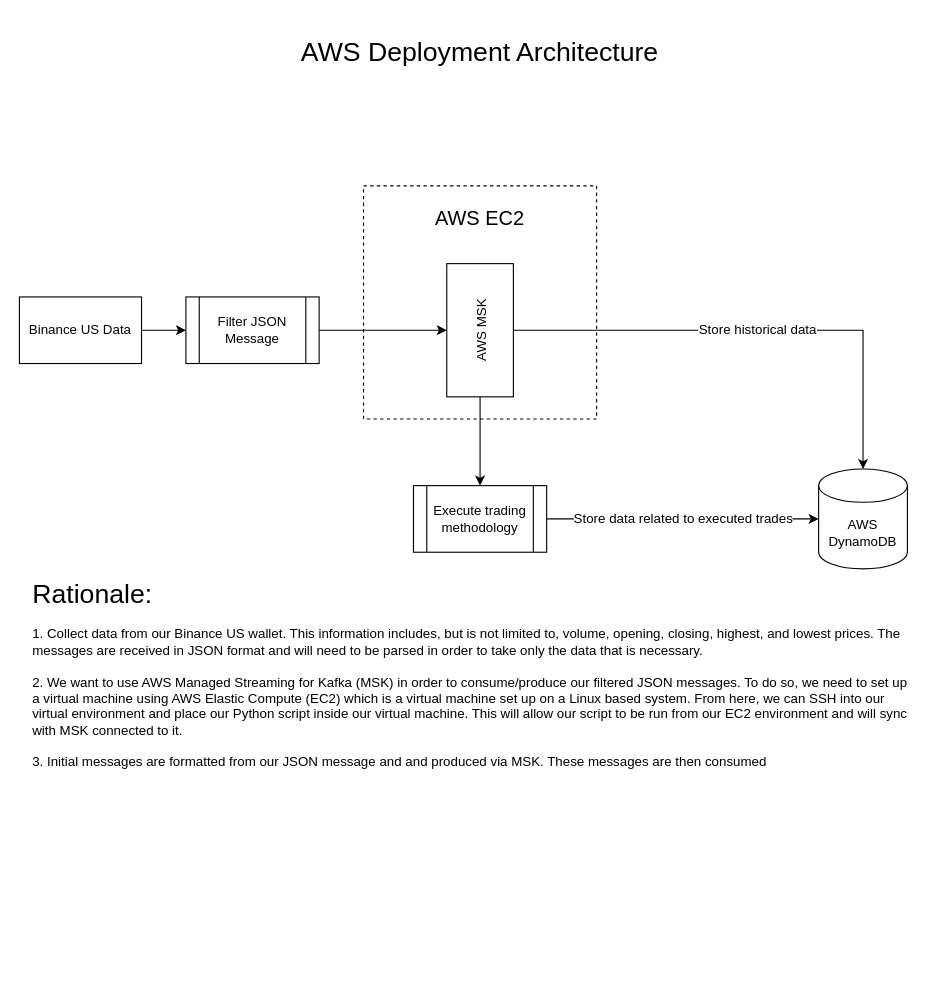
Earlier version of the draw.io diagram Capstone/Deployment/Untitled Diagram.drawio (RichardChuang5/Projects). Source tidied: cells renumbered, new cells numbered last; positions are measured from the earlier drawing's top-left corner, leaving out a move shared by most shapes. Both pictures are drawn from the tidied source at 111%, with x=0, y=0 at pixel (19, 19).
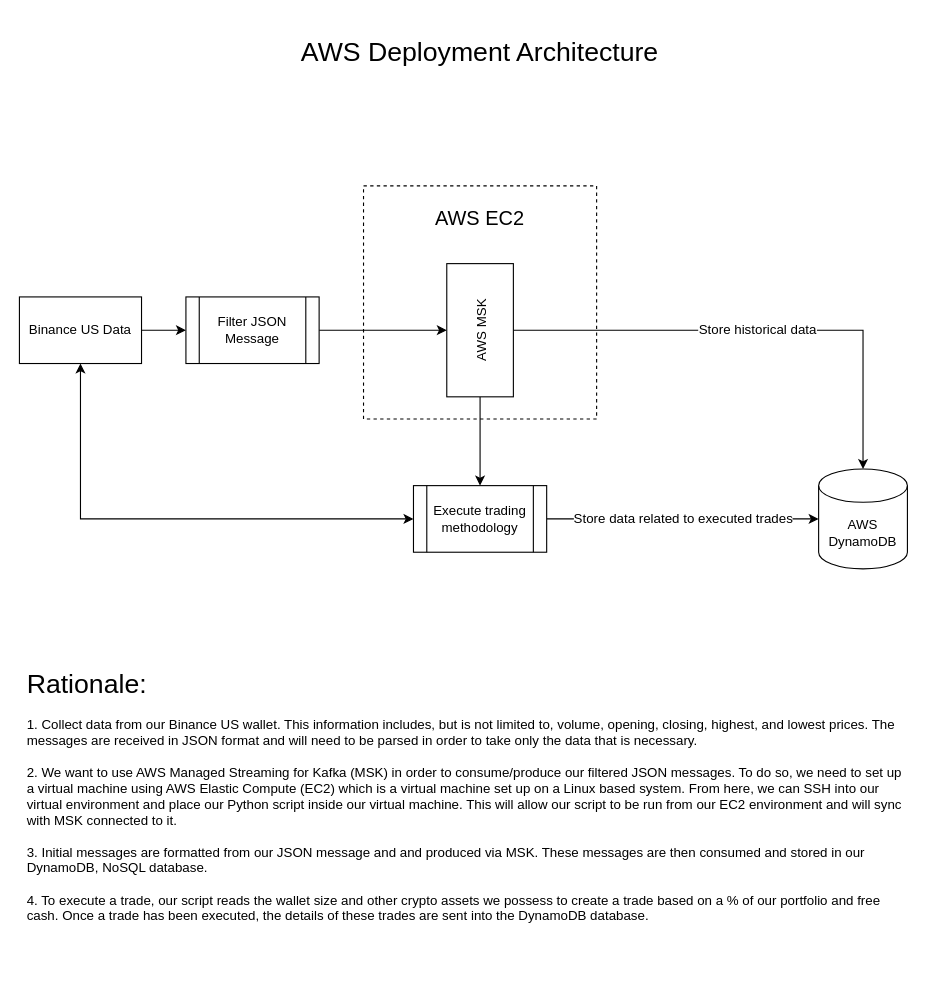
After the change.

Diff of the diagram source:
```diff
@@
 <mxGraphModel>
   <root>
     <mxCell id="0" />
     <mxCell id="1" parent="0" />
     <mxCell id="2" style="edgeStyle=orthogonalEdgeStyle;rounded=0;jettySize=auto;html=1;entryX=0;entryY=0.5;entryDx=0;entryDy=0;" parent="1" edge="1" source="3" target="5">
       <mxGeometry relative="1" as="geometry" />
     </mxCell>
     <mxCell id="3" value="Binance US Data" style="rounded=0;whiteSpace=wrap;html=1;" parent="1" vertex="1">
       <mxGeometry y="250" width="110" height="60" as="geometry" />
     </mxCell>
     <mxCell id="4" style="edgeStyle=orthogonalEdgeStyle;rounded=0;jettySize=auto;html=1;exitX=1;exitY=0.5;exitDx=0;exitDy=0;entryX=0.5;entryY=0;entryDx=0;entryDy=0;fontSize=12;" parent="1" edge="1" source="5" target="9">
       <mxGeometry relative="1" as="geometry" />
     </mxCell>
     <mxCell id="5" value="Filter JSON Message" style="shape=process;whiteSpace=wrap;html=1;backgroundOutline=1;" parent="1" vertex="1">
       <mxGeometry x="150" y="250" width="120" height="60" as="geometry" />
     </mxCell>
     <mxCell id="6" value="&lt;font style=&quot;font-size: 18px ; line-height: 1.2&quot;&gt;AWS EC2&lt;/font&gt;" style="whiteSpace=wrap;html=1;dashed=1;fillColor=none;imageVerticalAlign=top;spacingBottom=150;" parent="1" vertex="1">
       <mxGeometry x="310" y="150" width="210" height="210" as="geometry" />
     </mxCell>
     <mxCell id="7" style="edgeStyle=orthogonalEdgeStyle;rounded=0;jettySize=auto;html=1;exitX=0;exitY=0.5;exitDx=0;exitDy=0;fontSize=12;" parent="1" edge="1" source="9" target="11">
       <mxGeometry relative="1" as="geometry" />
     </mxCell>
     <mxCell id="8" value="Store historical data" style="edgeStyle=orthogonalEdgeStyle;rounded=0;jettySize=auto;html=1;exitX=0.5;exitY=1;exitDx=0;exitDy=0;entryX=0.5;entryY=0;entryDx=0;entryDy=0;entryPerimeter=0;fontSize=12;" parent="1" edge="1" source="9" target="12">
       <mxGeometry relative="1" as="geometry" />
     </mxCell>
     <mxCell id="9" value="&lt;font style=&quot;font-size: 12px&quot;&gt;AWS MSK&lt;/font&gt;" style="rounded=0;whiteSpace=wrap;html=1;fontSize=18;fillColor=default;rotation=-90;" parent="1" vertex="1">
       <mxGeometry x="355" y="250" width="120" height="60" as="geometry" />
     </mxCell>
     <mxCell id="10" value="Store data related to executed trades" style="edgeStyle=orthogonalEdgeStyle;rounded=0;jettySize=auto;exitX=1;exitY=0.5;exitDx=0;exitDy=0;fontSize=12;html=1;" parent="1" edge="1" source="11" target="12">
       <mxGeometry relative="1" as="geometry" />
     </mxCell>
     <mxCell id="11" value="Execute trading methodology" style="shape=process;whiteSpace=wrap;html=1;backgroundOutline=1;fontSize=12;fillColor=default;" parent="1" vertex="1">
       <mxGeometry x="355" y="420" width="120" height="60" as="geometry" />
     </mxCell>
     <mxCell id="12" value="AWS DynamoDB" style="shape=cylinder3;whiteSpace=wrap;html=1;boundedLbl=1;backgroundOutline=1;size=15;fontSize=12;fillColor=default;" parent="1" vertex="1">
       <mxGeometry x="720" y="405" width="80" height="90" as="geometry" />
     </mxCell>
     <mxCell id="13" value="AWS Deployment Architecture" style="rounded=0;whiteSpace=wrap;html=1;fontSize=24;fillColor=none;strokeColor=none;" parent="1" vertex="1">
       <mxGeometry x="210" width="410" height="60" as="geometry" />
     </mxCell>
-    <mxCell id="14" value="&lt;div align=&quot;left&quot;&gt;Rationale:&lt;/div&gt;&lt;div style=&quot;font-size: 12px&quot; align=&quot;left&quot;&gt;&lt;br&gt;&lt;/div&gt;&lt;div style=&quot;font-size: 12px&quot; align=&quot;left&quot;&gt;1. Collect data from our Binance US wallet. This information includes, but is not limited to, volume, opening, closing, highest, and lowest prices. The messages are received in JSON format and will need to be parsed in order to take only the data that is necessary.&lt;/div&gt;&lt;div style=&quot;font-size: 12px&quot; align=&quot;left&quot;&gt;&lt;br&gt;&lt;/div&gt;&lt;div style=&quot;font-size: 12px&quot; align=&quot;left&quot;&gt;2. We want to use AWS Managed Streaming for Kafka (MSK) in order to consume/produce our filtered JSON messages. To do so, we need to set up a virtual machine using AWS Elastic Compute (EC2) which is a virtual machine set up on a Linux based system. From here, we can SSH into our virtual environment and place our Python script inside our virtual machine. This will allow our script to be run from our EC2 environment and will sync with MSK connected to it. &lt;br&gt;&lt;/div&gt;&lt;div style=&quot;font-size: 12px&quot; align=&quot;left&quot;&gt;&lt;br&gt;&lt;/div&gt;&lt;div style=&quot;font-size: 12px&quot; align=&quot;left&quot;&gt;3. Initial messages are formatted from our JSON message and and produced via MSK. These messages are then consumed &lt;br&gt;&lt;/div&gt;" style="rounded=0;whiteSpace=wrap;html=1;fontSize=24;fillColor=none;strokeColor=none;align=left;spacingBottom=100;" parent="1" vertex="1">
-      <mxGeometry x="10" y="530" width="800" height="220" as="geometry" />
+    <mxCell id="14" value="&lt;div align=&quot;left&quot;&gt;Rationale:&lt;/div&gt;&lt;div style=&quot;font-size: 12px&quot; align=&quot;left&quot;&gt;&lt;br&gt;&lt;/div&gt;&lt;div style=&quot;font-size: 12px&quot; align=&quot;left&quot;&gt;1. Collect data from our Binance US wallet. This information includes, but is not limited to, volume, opening, closing, highest, and lowest prices. The messages are received in JSON format and will need to be parsed in order to take only the data that is necessary.&lt;/div&gt;&lt;div style=&quot;font-size: 12px&quot; align=&quot;left&quot;&gt;&lt;br&gt;&lt;/div&gt;&lt;div style=&quot;font-size: 12px&quot; align=&quot;left&quot;&gt;2. We want to use AWS Managed Streaming for Kafka (MSK) in order to consume/produce our filtered JSON messages. To do so, we need to set up a virtual machine using AWS Elastic Compute (EC2) which is a virtual machine set up on a Linux based system. From here, we can SSH into our virtual environment and place our Python script inside our virtual machine. This will allow our script to be run from our EC2 environment and will sync with MSK connected to it. &lt;br&gt;&lt;/div&gt;&lt;div style=&quot;font-size: 12px&quot; align=&quot;left&quot;&gt;&lt;br&gt;&lt;/div&gt;&lt;div style=&quot;font-size: 12px&quot; align=&quot;left&quot;&gt;3. Initial messages are formatted from our JSON message and and produced via MSK. These messages are then consumed and stored in our DynamoDB, NoSQL database.&lt;/div&gt;&lt;div style=&quot;font-size: 12px&quot; align=&quot;left&quot;&gt;&lt;br&gt;&lt;/div&gt;&lt;div style=&quot;font-size: 12px&quot; align=&quot;left&quot;&gt;4. To execute a trade, our script reads the wallet size and other crypto assets we possess to create a trade based on a % of our portfolio and free cash. Once a trade has been executed, the details of these trades are sent into the DynamoDB database.&lt;br&gt;&lt;/div&gt;" style="rounded=0;whiteSpace=wrap;html=1;fontSize=24;fillColor=none;strokeColor=none;align=left;spacingBottom=100;" parent="1" vertex="1">
+      <mxGeometry x="5" y="640" width="800" height="220" as="geometry" />
     </mxCell>
+    <mxCell id="15" style="endArrow=classic;startArrow=classic;html=1;rounded=0;fontSize=12;entryX=0.5;entryY=1;entryDx=0;entryDy=0;exitX=0;exitY=0.5;exitDx=0;exitDy=0;" parent="1" edge="1" source="11" target="3">
+      <mxGeometry relative="1" as="geometry">
+        <Array as="points">
+          <mxPoint x="55" y="450" />
+        </Array>
+      </mxGeometry>
+    </mxCell>
   </root>
 </mxGraphModel>
```
